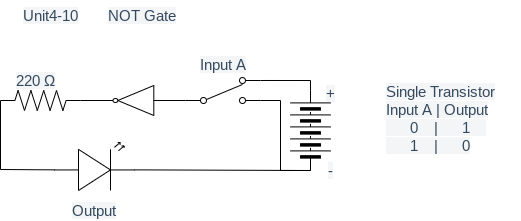
This is Unit4-10.png from Igor-Zhelezniak-1/TEJ3M1-Unit4, a draw.io export, as it was before one commit. Source tidied: cells renumbered, new cells last; positions are measured from the earlier drawing's top-left corner, leaving out a move shared by most shapes.
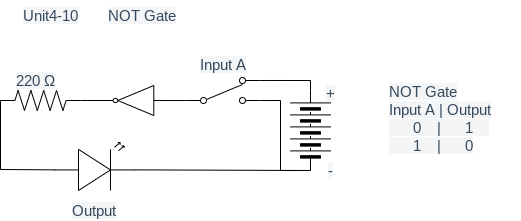
Above is the later version.

Change to the diagram source:
```diff
@@ -51,7 +51,7 @@
     <mxCell id="13" style="verticalLabelPosition=bottom;shadow=0;dashed=0;align=center;html=1;verticalAlign=top;shape=mxgraph.electrical.electro-mechanical.2-way_switch;direction=west;rotation=-180;" parent="1" vertex="1">
       <mxGeometry x="185" y="77" width="75" height="26" as="geometry" />
     </mxCell>
-    <mxCell id="14" value="&lt;div style=&quot;text-align: left&quot;&gt;&lt;font color=&quot;#34495e&quot;&gt;&lt;span style=&quot;font-size: 15px ; background-color: rgb(244 , 245 , 246)&quot;&gt;Single Transistor&lt;/span&gt;&lt;/font&gt;&lt;/div&gt;&lt;div style=&quot;text-align: left&quot;&gt;&lt;font color=&quot;#34495e&quot;&gt;&lt;span style=&quot;font-size: 15px ; background-color: rgb(244 , 245 , 246)&quot;&gt;Input A | Output&lt;/span&gt;&lt;/font&gt;&lt;/div&gt;&lt;div style=&quot;text-align: left&quot;&gt;&lt;font color=&quot;#34495e&quot;&gt;&lt;span style=&quot;font-size: 15px ; background-color: rgb(244 , 245 , 246)&quot;&gt;&amp;nbsp; &amp;nbsp; &amp;nbsp; 0&amp;nbsp; &amp;nbsp; |&amp;nbsp; &amp;nbsp; &amp;nbsp; 1&amp;nbsp; &amp;nbsp;&amp;nbsp;&lt;/span&gt;&lt;/font&gt;&lt;/div&gt;&lt;div style=&quot;text-align: left&quot;&gt;&lt;font color=&quot;#34495e&quot;&gt;&lt;span style=&quot;font-size: 15px ; background-color: rgb(244 , 245 , 246)&quot;&gt;&amp;nbsp; &amp;nbsp; &amp;nbsp; 1&amp;nbsp; &amp;nbsp; |&amp;nbsp; &amp;nbsp; &amp;nbsp; 0&lt;/span&gt;&lt;/font&gt;&lt;/div&gt;" style="text;html=1;strokeColor=none;fillColor=none;align=center;verticalAlign=middle;whiteSpace=wrap;rounded=0;" parent="1" vertex="1">
+    <mxCell id="14" value="&lt;div style=&quot;text-align: left&quot;&gt;&lt;font color=&quot;#34495e&quot;&gt;&lt;span style=&quot;font-size: 15px ; background-color: rgb(244 , 245 , 246)&quot;&gt;NOT Gate&lt;/span&gt;&lt;/font&gt;&lt;/div&gt;&lt;div style=&quot;text-align: left&quot;&gt;&lt;font color=&quot;#34495e&quot;&gt;&lt;span style=&quot;font-size: 15px ; background-color: rgb(244 , 245 , 246)&quot;&gt;Input A | Output&lt;/span&gt;&lt;/font&gt;&lt;/div&gt;&lt;div style=&quot;text-align: left&quot;&gt;&lt;font color=&quot;#34495e&quot;&gt;&lt;span style=&quot;font-size: 15px ; background-color: rgb(244 , 245 , 246)&quot;&gt;&amp;nbsp; &amp;nbsp; &amp;nbsp; 0&amp;nbsp; &amp;nbsp; |&amp;nbsp; &amp;nbsp; &amp;nbsp; 1&amp;nbsp; &amp;nbsp;&amp;nbsp;&lt;/span&gt;&lt;/font&gt;&lt;/div&gt;&lt;div style=&quot;text-align: left&quot;&gt;&lt;font color=&quot;#34495e&quot;&gt;&lt;span style=&quot;font-size: 15px ; background-color: rgb(244 , 245 , 246)&quot;&gt;&amp;nbsp; &amp;nbsp; &amp;nbsp; 1&amp;nbsp; &amp;nbsp; |&amp;nbsp; &amp;nbsp; &amp;nbsp; 0&lt;/span&gt;&lt;/font&gt;&lt;/div&gt;" style="text;html=1;strokeColor=none;fillColor=none;align=center;verticalAlign=middle;whiteSpace=wrap;rounded=0;" parent="1" vertex="1">
       <mxGeometry x="360" y="45" width="160" height="145" as="geometry" />
     </mxCell>
     <mxCell id="15" style="edgeStyle=none;rounded=0;html=1;exitX=1;exitY=0.5;exitDx=0;exitDy=0;exitPerimeter=0;entryX=1;entryY=0.5;entryDx=0;entryDy=0;entryPerimeter=0;endArrow=none;endFill=0;" parent="1" edge="1" source="17" target="6">
```
